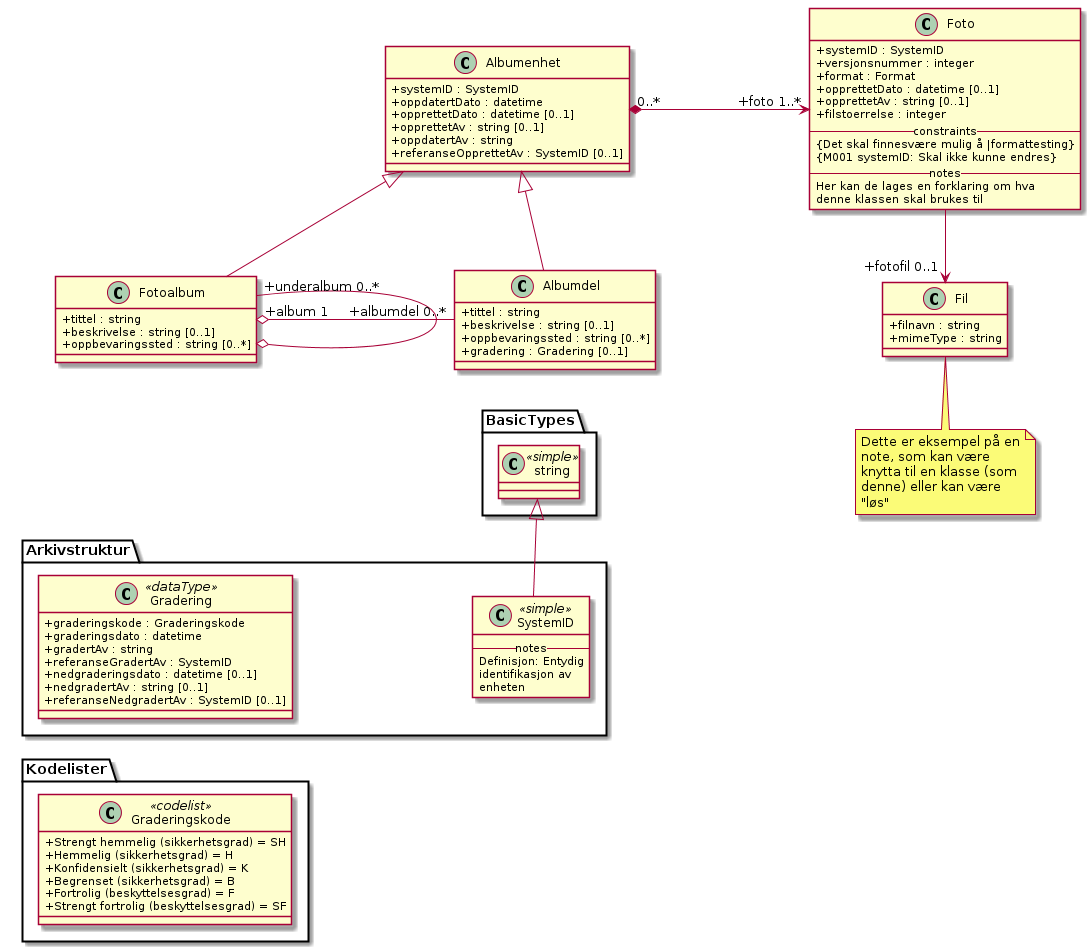
The PlantUML diagram kapitler/media/uml-forklaring-om-notasjon-som-er-brukt.png in arkivverket/noark5-tjenestegrensesnitt-standard, before a commit. Its diagram source:
```plantuml
@startuml
skinparam classAttributeIconSize 0
skinparam nodesep 180

class Albumenhet {
  +systemID : SystemID
  +oppdatertDato : datetime
  +opprettetDato : datetime [0..1]
  +opprettetAv : string [0..1]
  +oppdatertAv : string
  +referanseOpprettetAv : SystemID [0..1]
}
class Foto {
  +systemID : SystemID
  +versjonsnummer : integer
  +format : Format
  +opprettetDato : datetime [0..1]
  +opprettetAv : string [0..1]
  +filstoerrelse : integer
  -- constraints --
  {Det skal finnesvære mulig å |formattesting}
  {M001 systemID: Skal ikke kunne endres}
  -- notes --
  Her kan de lages en forklaring om hva
  denne klassen skal brukes til
}
Albumenhet "0..*" *-> "+foto 1..*" Foto
class Fil {
  +filnavn : string
  +mimeType : string
}
Foto --> "+fotofil 0..1" Fil
note bottom of Fil : Dette er eksempel på en\nnote, som kan være\nknytta til en klasse (som\ndenne) eller kan være\n"løs"

class Fotoalbum {
  +tittel : string
  +beskrivelse : string [0..1]
  +oppbevaringssted : string [0..*]
}
class Albumdel {
  +tittel : string
  +beskrivelse : string [0..1]
  +oppbevaringssted : string [0..*]
  +gradering : Gradering [0..1]
}
Fotoalbum "+underalbum 0..*" --o Fotoalbum
Fotoalbum "+album 1" o- "+albumdel 0..*" Albumdel
Albumenhet <|-- Fotoalbum
Albumenhet <|-- Albumdel

class Arkivstruktur.Gradering <<dataType>> {
  +graderingskode : Graderingskode
  +graderingsdato : datetime
  +gradertAv : string
  +referanseGradertAv : SystemID
  +nedgraderingsdato : datetime [0..1]
  +nedgradertAv : string [0..1]
  +referanseNedgradertAv : SystemID [0..1]
}
class Kodelister.Graderingskode <<codelist>> {
  {field} +Strengt hemmelig (sikkerhetsgrad) = SH
  {field} +Hemmelig (sikkerhetsgrad) = H
  {field} +Konfidensielt (sikkerhetsgrad) = K
  {field} +Begrenset (sikkerhetsgrad) = B
  {field} +Fortrolig (beskyttelsesgrad) = F
  {field} +Strengt fortrolig (beskyttelsesgrad) = SF
}

class Arkivstruktur.SystemID <<simple>> {
  -- notes --
  Definisjon: Entydig
  identifikasjon av
  enheten
}
class BasicTypes.string <<simple>>
class Arkivstruktur.SystemID <<simple>>
BasicTypes.string <|-- Arkivstruktur.SystemID
Fotoalbum <-[hidden]- Arkivstruktur.Gradering
Arkivstruktur.Gradering <-[hidden]- Kodelister.Graderingskode
Albumdel <-[hidden]- BasicTypes.string
@enduml
```
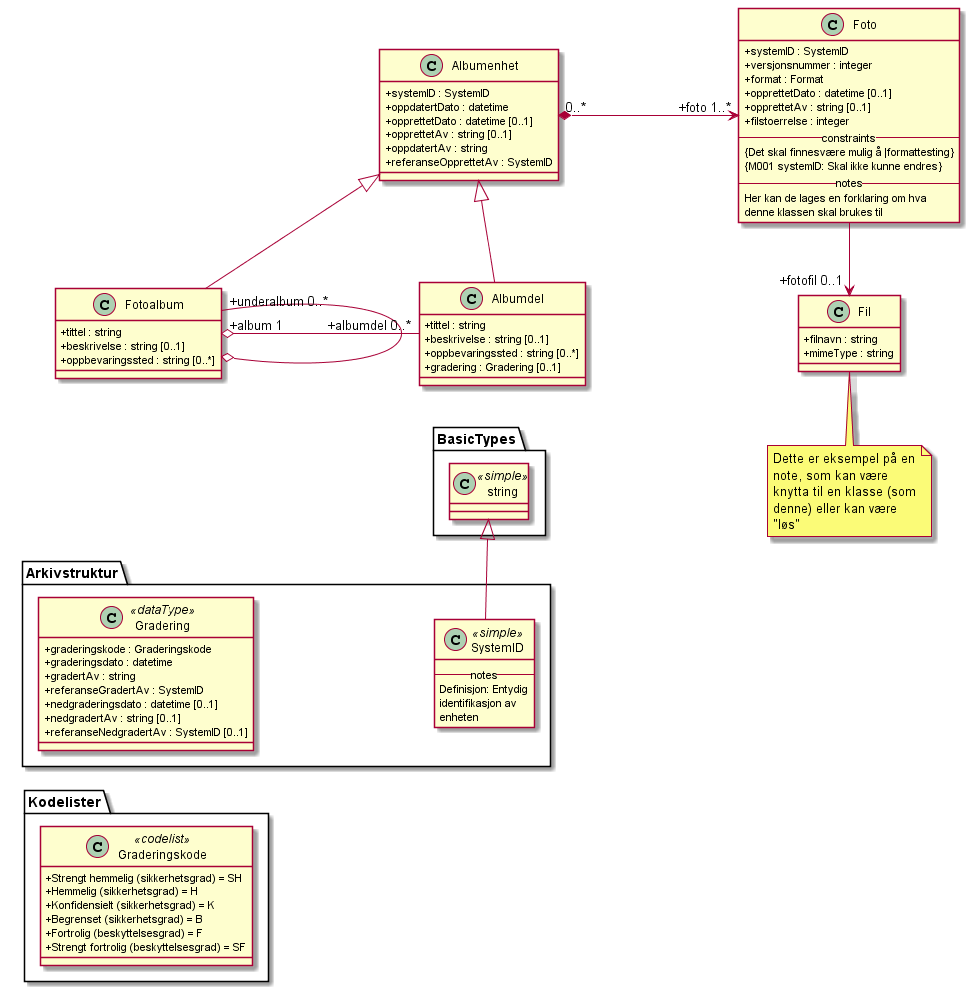
Above is the later version.

Commit message:
SystemID cardinality is changed, p.29

#37

What changed in the source:
```diff
@@ -8,7 +8,7 @@
   +opprettetDato : datetime [0..1]
   +opprettetAv : string [0..1]
   +oppdatertAv : string
-  +referanseOpprettetAv : SystemID [0..1]
+  +referanseOpprettetAv : SystemID
 }
 class Foto {
   +systemID : SystemID
```
